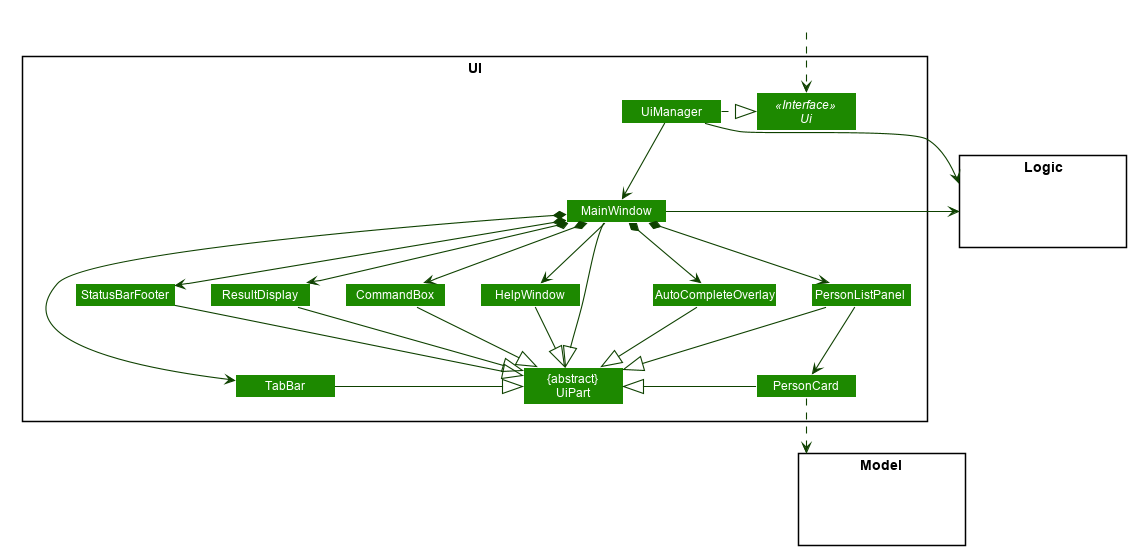
Before: docs/images/UiClassDiagram.png, a diagram exported from PlantUML (wongsm7/main).
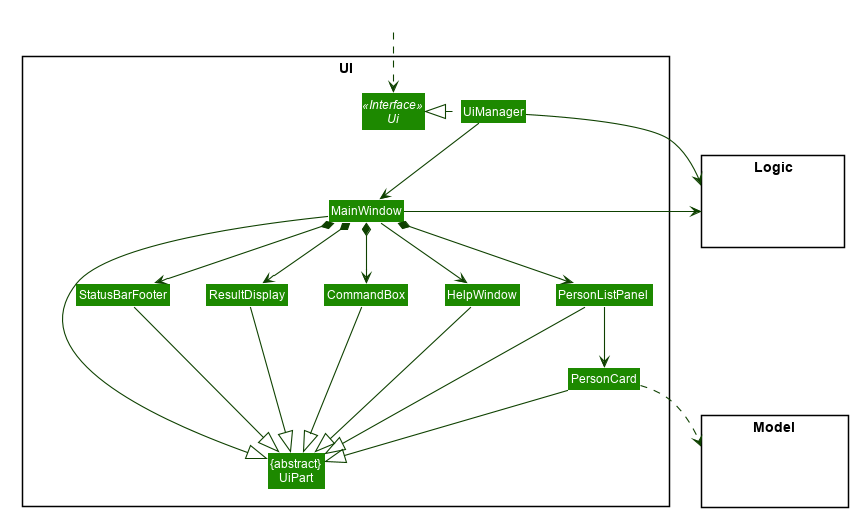
After the change.

What changed in the source:
```diff
@@ -38,8 +38,8 @@
     Padding 20
 }
 
-skinparam MinClassWidth 100
-skinparam ParticipantPadding 20
+skinparam MinClassWidth 50
+skinparam ParticipantPadding 10
 skinparam Shadowing false
 skinparam DefaultTextAlignment center
 skinparam packageStyle Rectangle
@@ -62,8 +62,6 @@
 Class PersonCard
 Class StatusBarFooter
 Class CommandBox
-Class AutoCompleteOverlay
-Class TabBar
 }
 
 package Model <<Rectangle>> {
@@ -77,29 +75,24 @@
 Class HiddenOutside #FFFFFF
 HiddenOutside ..> Ui
 
-UiManager .|> Ui
-UiManager --> MainWindow
+UiManager .left.|> Ui
+UiManager -down-> MainWindow
 MainWindow --> HelpWindow
 MainWindow *-down-> CommandBox
 MainWindow *-down-> ResultDisplay
 MainWindow *-down-> PersonListPanel
 MainWindow *-down-> StatusBarFooter
-MainWindow *-down-> AutoCompleteOverlay
-MainWindow *-down-> TabBar
-
 
 PersonListPanel -down-> PersonCard
 
-MainWindow --|> UiPart
+MainWindow -left-|> UiPart
 
 ResultDisplay --|> UiPart
 CommandBox --|> UiPart
 PersonListPanel --|> UiPart
-PersonCard -right-|> UiPart
+PersonCard --|> UiPart
 StatusBarFooter --|> UiPart
-HelpWindow --|> UiPart
-AutoCompleteOverlay --|> UiPart
-TabBar -right-|> UiPart
+HelpWindow -down-|> UiPart
 
 PersonCard ..> Model
 UiManager -right-> Logic
```
